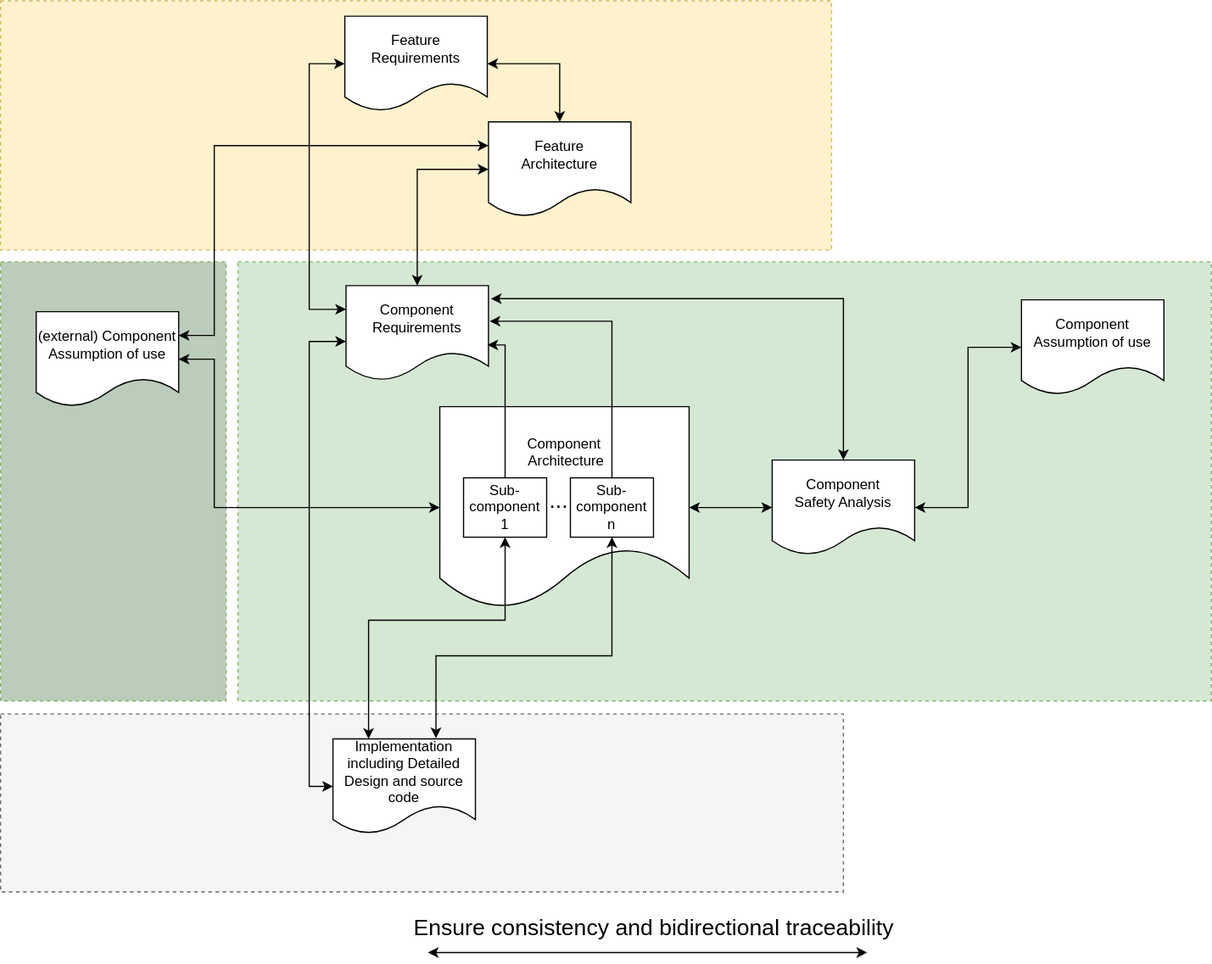
The draw.io diagram masc2023_create_general_concepts/_images/score_traceability_model_cmp_overview_2.svg in umaucher/score, before a commit. Source tidied: cells renumbered, new cells last; positions are measured from the earlier drawing's top-left corner, leaving out a move shared by most shapes. Its diagram source:
```xml
<mxGraphModel>
  <root>
    <mxCell id="0" />
    <mxCell id="1" parent="0" />
    <mxCell id="2" style="rounded=0;whiteSpace=wrap;html=1;dashed=1;fillColor=#fff2cc;strokeColor=#d6b656;" parent="1" vertex="1">
      <mxGeometry width="700" height="210" as="geometry" />
    </mxCell>
    <mxCell id="3" style="rounded=0;whiteSpace=wrap;html=1;dashed=1;fillColor=#d5e8d4;strokeColor=#82b366;" parent="1" vertex="1">
      <mxGeometry x="200" y="220" width="820" height="370" as="geometry" />
    </mxCell>
    <mxCell id="4" value="Component Assumption of use" style="shape=document;whiteSpace=wrap;html=1;boundedLbl=1;" parent="1" vertex="1">
      <mxGeometry x="860" y="252" width="120" height="80" as="geometry" />
    </mxCell>
    <mxCell id="5" value="Feature Requirements" style="shape=document;whiteSpace=wrap;html=1;boundedLbl=1;" parent="1" vertex="1">
      <mxGeometry x="290" y="13" width="120" height="80" as="geometry" />
    </mxCell>
    <mxCell id="6" style="edgeStyle=orthogonalEdgeStyle;rounded=0;jettySize=auto;html=1;entryX=0;entryY=0.5;entryDx=0;entryDy=0;startArrow=classic;startFill=1;exitX=0;exitY=0.25;exitDx=0;exitDy=0;" parent="1" edge="1" source="8" target="5">
      <mxGeometry relative="1" as="geometry">
        <Array as="points">
          <mxPoint x="260" y="260" />
          <mxPoint x="260" y="53" />
        </Array>
      </mxGeometry>
    </mxCell>
    <mxCell id="7" style="edgeStyle=orthogonalEdgeStyle;rounded=0;jettySize=auto;html=1;entryX=0.5;entryY=0;entryDx=0;entryDy=0;exitX=1.017;exitY=0.138;exitDx=0;exitDy=0;startArrow=classic;startFill=1;exitPerimeter=0;" parent="1" edge="1" source="8" target="12">
      <mxGeometry x="0.41" relative="1" as="geometry">
        <Array as="points">
          <mxPoint x="710" y="251" />
        </Array>
      </mxGeometry>
    </mxCell>
    <mxCell id="8" value="Component Requirements" style="shape=document;whiteSpace=wrap;html=1;boundedLbl=1;" parent="1" vertex="1">
      <mxGeometry x="291" y="240" width="120" height="80" as="geometry" />
    </mxCell>
    <mxCell id="9" value="Component&lt;br&gt;&amp;nbsp;Architecture&lt;br&gt;&lt;br&gt;&lt;br&gt;&lt;br&gt;" style="shape=document;whiteSpace=wrap;html=1;boundedLbl=1;" parent="1" vertex="1">
      <mxGeometry x="370" y="342" width="210" height="170" as="geometry" />
    </mxCell>
    <mxCell id="10" style="edgeStyle=orthogonalEdgeStyle;rounded=0;jettySize=auto;html=1;entryX=1;entryY=0.5;entryDx=0;entryDy=0;exitX=0.5;exitY=0;exitDx=0;exitDy=0;startArrow=classic;startFill=1;" parent="1" edge="1" source="15" target="5">
      <mxGeometry relative="1" as="geometry" />
    </mxCell>
    <mxCell id="11" style="edgeStyle=orthogonalEdgeStyle;rounded=0;jettySize=auto;html=1;entryX=1;entryY=0.5;entryDx=0;entryDy=0;exitX=0;exitY=0.5;exitDx=0;exitDy=0;startArrow=classic;startFill=1;" parent="1" edge="1" source="12" target="9">
      <mxGeometry x="0.51" relative="1" as="geometry" />
    </mxCell>
    <mxCell id="12" value="Component&lt;br&gt;Safety Analysis" style="shape=document;whiteSpace=wrap;html=1;boundedLbl=1;" parent="1" vertex="1">
      <mxGeometry x="650" y="387" width="120" height="80" as="geometry" />
    </mxCell>
    <mxCell id="13" style="edgeStyle=orthogonalEdgeStyle;rounded=0;jettySize=auto;html=1;startArrow=classic;startFill=1;entryX=1;entryY=0.5;entryDx=0;entryDy=0;" parent="1" edge="1" target="12">
      <mxGeometry relative="1" as="geometry">
        <mxPoint x="860" y="292" as="sourcePoint" />
      </mxGeometry>
    </mxCell>
    <mxCell id="14" style="edgeStyle=orthogonalEdgeStyle;rounded=0;jettySize=auto;html=1;entryX=0.5;entryY=0;entryDx=0;entryDy=0;startArrow=classic;startFill=1;exitX=0;exitY=0.5;exitDx=0;exitDy=0;" parent="1" edge="1" source="15" target="8">
      <mxGeometry relative="1" as="geometry" />
    </mxCell>
    <mxCell id="15" value="Feature&lt;br&gt;Architecture" style="shape=document;whiteSpace=wrap;html=1;boundedLbl=1;" parent="1" vertex="1">
      <mxGeometry x="411" y="102" width="120" height="80" as="geometry" />
    </mxCell>
    <mxCell id="16" value="&lt;div style=&quot;font-family: Consolas, &amp;quot;Courier New&amp;quot;, monospace; line-height: 19px;&quot;&gt;&lt;br&gt;&lt;/div&gt;" style="text;html=1;align=center;verticalAlign=middle;strokeColor=none;fillColor=none;fontSize=6;fontColor=#000000;" parent="1" vertex="1">
      <mxGeometry x="335" y="48" width="20" height="30" as="geometry" />
    </mxCell>
    <mxCell id="17" style="rounded=0;whiteSpace=wrap;html=1;dashed=1;fillColor=#BBCCBA;strokeColor=#82b366;" parent="1" vertex="1">
      <mxGeometry y="220" width="190" height="370" as="geometry" />
    </mxCell>
    <mxCell id="18" style="edgeStyle=orthogonalEdgeStyle;rounded=0;jettySize=auto;html=1;entryX=0;entryY=0.25;entryDx=0;entryDy=0;fontSize=19;startArrow=classic;startFill=1;" parent="1" edge="1" source="19" target="15">
      <mxGeometry relative="1" as="geometry">
        <Array as="points">
          <mxPoint x="180" y="282" />
          <mxPoint x="180" y="122" />
        </Array>
      </mxGeometry>
    </mxCell>
    <mxCell id="19" value="(external) Component Assumption of use" style="shape=document;whiteSpace=wrap;html=1;boundedLbl=1;" parent="1" vertex="1">
      <mxGeometry x="30" y="262" width="120" height="80" as="geometry" />
    </mxCell>
    <mxCell id="20" style="edgeStyle=orthogonalEdgeStyle;rounded=0;jettySize=auto;html=1;exitX=0;exitY=0.5;exitDx=0;exitDy=0;startArrow=classic;startFill=1;entryX=1;entryY=0.5;entryDx=0;entryDy=0;" parent="1" edge="1" source="9" target="19">
      <mxGeometry relative="1" as="geometry">
        <Array as="points">
          <mxPoint x="180" y="427" />
          <mxPoint x="180" y="302" />
        </Array>
      </mxGeometry>
    </mxCell>
    <mxCell id="21" style="rounded=0;whiteSpace=wrap;html=1;dashed=1;fillColor=#f5f5f5;fontColor=#333333;strokeColor=#666666;" parent="1" vertex="1">
      <mxGeometry y="601" width="710" height="150" as="geometry" />
    </mxCell>
    <mxCell id="22" style="edgeStyle=orthogonalEdgeStyle;rounded=0;jettySize=auto;html=1;startArrow=classic;startFill=1;exitX=0;exitY=0.5;exitDx=0;exitDy=0;entryX=0;entryY=0.588;entryDx=0;entryDy=0;entryPerimeter=0;" parent="1" edge="1" source="24" target="8">
      <mxGeometry relative="1" as="geometry" />
    </mxCell>
    <mxCell id="23" style="edgeStyle=orthogonalEdgeStyle;rounded=0;jettySize=auto;html=1;entryX=0.5;entryY=1;entryDx=0;entryDy=0;exitX=0.25;exitY=0;exitDx=0;exitDy=0;startArrow=classic;startFill=1;" parent="1" edge="1" source="24" target="25">
      <mxGeometry x="0.31" relative="1" as="geometry">
        <Array as="points">
          <mxPoint x="310" y="522" />
          <mxPoint x="425" y="522" />
        </Array>
      </mxGeometry>
    </mxCell>
    <mxCell id="24" value="Implementation&lt;br&gt;including Detailed Design and source code" style="shape=document;whiteSpace=wrap;html=1;boundedLbl=1;" parent="1" vertex="1">
      <mxGeometry x="280" y="622" width="120" height="80" as="geometry" />
    </mxCell>
    <mxCell id="25" value="Sub-component 1" style="rounded=0;whiteSpace=wrap;html=1;" parent="1" vertex="1">
      <mxGeometry x="390" y="402" width="70" height="50" as="geometry" />
    </mxCell>
    <mxCell id="26" value="Sub-component n" style="rounded=0;whiteSpace=wrap;html=1;" parent="1" vertex="1">
      <mxGeometry x="480" y="402" width="70" height="50" as="geometry" />
    </mxCell>
    <mxCell id="27" style="edgeStyle=orthogonalEdgeStyle;rounded=0;jettySize=auto;html=1;entryX=1.008;entryY=0.375;entryDx=0;entryDy=0;exitX=0.5;exitY=0;exitDx=0;exitDy=0;entryPerimeter=0;" parent="1" edge="1" source="26" target="8">
      <mxGeometry relative="1" as="geometry" />
    </mxCell>
    <mxCell id="28" style="edgeStyle=orthogonalEdgeStyle;rounded=0;jettySize=auto;html=1;entryX=0.992;entryY=0.625;entryDx=0;entryDy=0;entryPerimeter=0;exitX=0.5;exitY=0;exitDx=0;exitDy=0;" parent="1" edge="1" source="25" target="8">
      <mxGeometry relative="1" as="geometry">
        <Array as="points">
          <mxPoint x="425" y="290" />
        </Array>
      </mxGeometry>
    </mxCell>
    <mxCell id="29" style="edgeStyle=orthogonalEdgeStyle;rounded=0;jettySize=auto;html=1;entryX=0.5;entryY=1;entryDx=0;entryDy=0;exitX=0.723;exitY=-0.007;exitDx=0;exitDy=0;exitPerimeter=0;startArrow=classic;startFill=1;" parent="1" edge="1" source="24" target="26">
      <mxGeometry x="0.38" y="5" relative="1" as="geometry">
        <Array as="points">
          <mxPoint x="367" y="552" />
          <mxPoint x="515" y="552" />
        </Array>
      </mxGeometry>
    </mxCell>
    <mxCell id="30" value="&lt;font style=&quot;font-size: 19px;&quot;&gt;...&lt;/font&gt;" style="text;html=1;align=center;verticalAlign=middle;strokeColor=none;fillColor=none;" parent="1" vertex="1">
      <mxGeometry x="450" y="402" width="40" height="40" as="geometry" />
    </mxCell>
    <mxCell id="31" style="edgeStyle=orthogonalEdgeStyle;rounded=0;orthogonalLoop=1;jettySize=auto;html=1;startArrow=classic;startFill=1;" parent="1" edge="1">
      <mxGeometry x="0.38" y="5" relative="1" as="geometry">
        <mxPoint x="360" y="802" as="sourcePoint" />
        <mxPoint x="730" y="802" as="targetPoint" />
        <Array as="points">
          <mxPoint x="377" y="802" />
        </Array>
      </mxGeometry>
    </mxCell>
    <mxCell id="32" value="Ensure consistency and bidirectional traceability" style="text;html=1;align=center;verticalAlign=middle;strokeColor=none;fillColor=none;fontSize=19;" parent="1" vertex="1">
      <mxGeometry x="335" y="762" width="430" height="40" as="geometry" />
    </mxCell>
  </root>
</mxGraphModel>
```
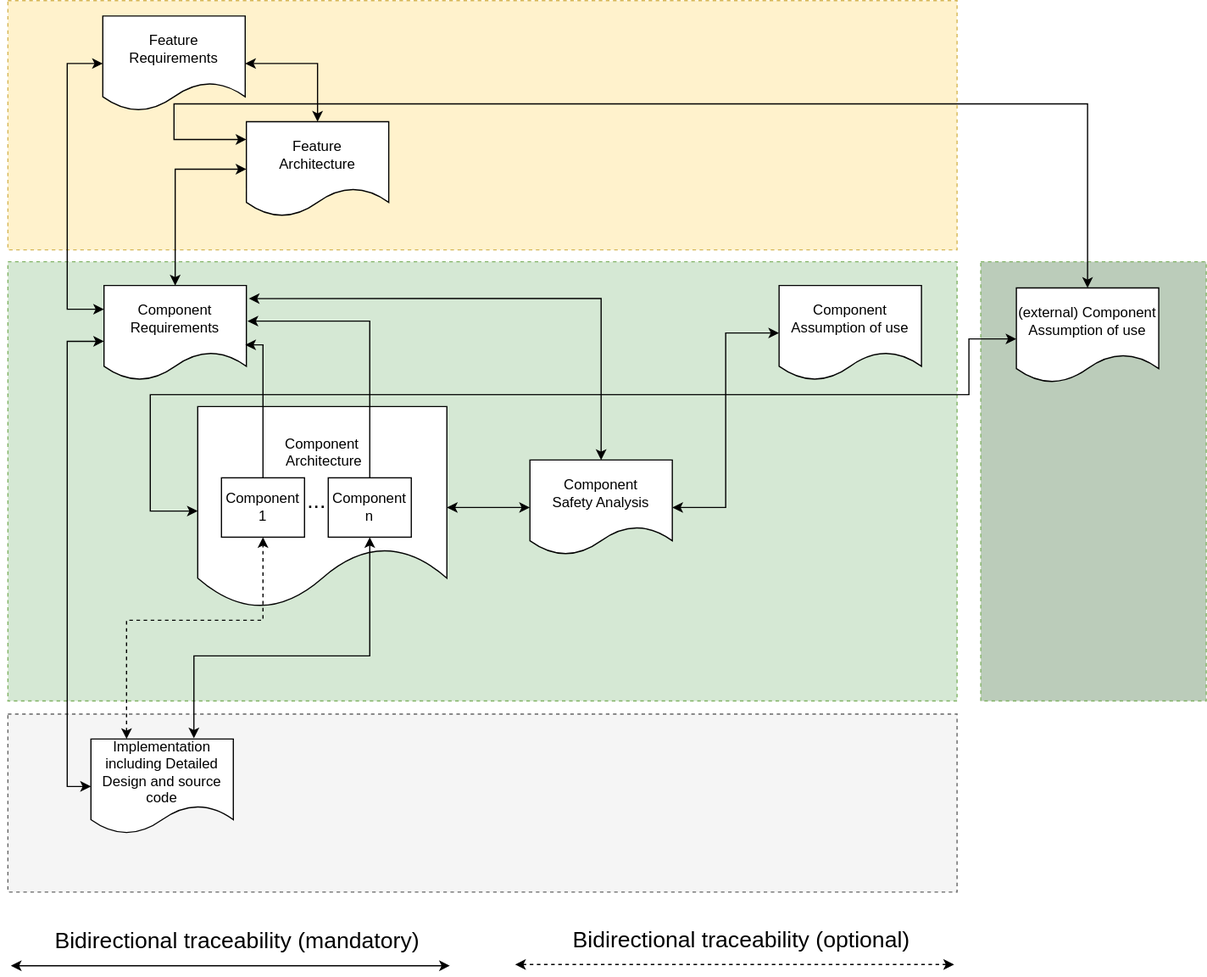
Above is the later version.

Change to the diagram source:
```diff
@@ -3,13 +3,13 @@
     <mxCell id="0" />
     <mxCell id="1" parent="0" />
     <mxCell id="2" style="rounded=0;whiteSpace=wrap;html=1;dashed=1;fillColor=#fff2cc;strokeColor=#d6b656;" parent="1" vertex="1">
-      <mxGeometry width="700" height="210" as="geometry" />
+      <mxGeometry x="210" width="800" height="210" as="geometry" />
     </mxCell>
     <mxCell id="3" style="rounded=0;whiteSpace=wrap;html=1;dashed=1;fillColor=#d5e8d4;strokeColor=#82b366;" parent="1" vertex="1">
-      <mxGeometry x="200" y="220" width="820" height="370" as="geometry" />
+      <mxGeometry x="210" y="220" width="800" height="370" as="geometry" />
     </mxCell>
     <mxCell id="4" value="Component Assumption of use" style="shape=document;whiteSpace=wrap;html=1;boundedLbl=1;" parent="1" vertex="1">
-      <mxGeometry x="860" y="252" width="120" height="80" as="geometry" />
+      <mxGeometry x="860" y="240" width="120" height="80" as="geometry" />
     </mxCell>
     <mxCell id="5" value="Feature Requirements" style="shape=document;whiteSpace=wrap;html=1;boundedLbl=1;" parent="1" vertex="1">
       <mxGeometry x="290" y="13" width="120" height="80" as="geometry" />
@@ -44,10 +44,8 @@
     <mxCell id="12" value="Component&lt;br&gt;Safety Analysis" style="shape=document;whiteSpace=wrap;html=1;boundedLbl=1;" parent="1" vertex="1">
       <mxGeometry x="650" y="387" width="120" height="80" as="geometry" />
     </mxCell>
-    <mxCell id="13" style="edgeStyle=orthogonalEdgeStyle;rounded=0;jettySize=auto;html=1;startArrow=classic;startFill=1;entryX=1;entryY=0.5;entryDx=0;entryDy=0;" parent="1" edge="1" target="12">
-      <mxGeometry relative="1" as="geometry">
-        <mxPoint x="860" y="292" as="sourcePoint" />
-      </mxGeometry>
+    <mxCell id="13" style="edgeStyle=orthogonalEdgeStyle;rounded=0;jettySize=auto;html=1;startArrow=classic;startFill=1;entryX=1;entryY=0.5;entryDx=0;entryDy=0;exitX=0;exitY=0.5;exitDx=0;exitDy=0;" parent="1" edge="1" source="4" target="12">
+      <mxGeometry relative="1" as="geometry" />
     </mxCell>
     <mxCell id="14" style="edgeStyle=orthogonalEdgeStyle;rounded=0;jettySize=auto;html=1;entryX=0.5;entryY=0;entryDx=0;entryDy=0;startArrow=classic;startFill=1;exitX=0;exitY=0.5;exitDx=0;exitDy=0;" parent="1" edge="1" source="15" target="8">
       <mxGeometry relative="1" as="geometry" />
@@ -59,34 +57,40 @@
       <mxGeometry x="335" y="48" width="20" height="30" as="geometry" />
     </mxCell>
     <mxCell id="17" style="rounded=0;whiteSpace=wrap;html=1;dashed=1;fillColor=#BBCCBA;strokeColor=#82b366;" parent="1" vertex="1">
-      <mxGeometry y="220" width="190" height="370" as="geometry" />
+      <mxGeometry x="1030" y="220" width="190" height="370" as="geometry" />
     </mxCell>
-    <mxCell id="18" style="edgeStyle=orthogonalEdgeStyle;rounded=0;jettySize=auto;html=1;entryX=0;entryY=0.25;entryDx=0;entryDy=0;fontSize=19;startArrow=classic;startFill=1;" parent="1" edge="1" source="19" target="15">
+    <mxCell id="18" style="edgeStyle=orthogonalEdgeStyle;rounded=0;jettySize=auto;html=1;entryX=0;entryY=0.25;entryDx=0;entryDy=0;fontSize=19;startArrow=classic;startFill=1;exitX=0.5;exitY=0;exitDx=0;exitDy=0;" parent="1" edge="1" source="19">
       <mxGeometry relative="1" as="geometry">
+        <mxPoint x="411" y="117" as="targetPoint" />
         <Array as="points">
-          <mxPoint x="180" y="282" />
-          <mxPoint x="180" y="122" />
+          <mxPoint x="1120" y="87" />
+          <mxPoint x="350" y="87" />
+          <mxPoint x="350" y="117" />
         </Array>
       </mxGeometry>
     </mxCell>
     <mxCell id="19" value="(external) Component Assumption of use" style="shape=document;whiteSpace=wrap;html=1;boundedLbl=1;" parent="1" vertex="1">
-      <mxGeometry x="30" y="262" width="120" height="80" as="geometry" />
+      <mxGeometry x="1060" y="242" width="120" height="80" as="geometry" />
     </mxCell>
-    <mxCell id="20" style="edgeStyle=orthogonalEdgeStyle;rounded=0;jettySize=auto;html=1;exitX=0;exitY=0.5;exitDx=0;exitDy=0;startArrow=classic;startFill=1;entryX=1;entryY=0.5;entryDx=0;entryDy=0;" parent="1" edge="1" source="9" target="19">
+    <mxCell id="20" style="edgeStyle=orthogonalEdgeStyle;rounded=0;orthogonalLoop=1;jettySize=auto;html=1;exitX=0;exitY=0.5;exitDx=0;exitDy=0;startArrow=classic;startFill=1;entryX=0;entryY=0.5;entryDx=0;entryDy=0;" parent="1" edge="1">
       <mxGeometry relative="1" as="geometry">
+        <mxPoint x="370" y="430" as="sourcePoint" />
+        <mxPoint x="1060" y="285" as="targetPoint" />
         <Array as="points">
-          <mxPoint x="180" y="427" />
-          <mxPoint x="180" y="302" />
+          <mxPoint x="330" y="430" />
+          <mxPoint x="330" y="332" />
+          <mxPoint x="1020" y="332" />
+          <mxPoint x="1020" y="285" />
         </Array>
       </mxGeometry>
     </mxCell>
     <mxCell id="21" style="rounded=0;whiteSpace=wrap;html=1;dashed=1;fillColor=#f5f5f5;fontColor=#333333;strokeColor=#666666;" parent="1" vertex="1">
-      <mxGeometry y="601" width="710" height="150" as="geometry" />
+      <mxGeometry x="210" y="601" width="800" height="150" as="geometry" />
     </mxCell>
     <mxCell id="22" style="edgeStyle=orthogonalEdgeStyle;rounded=0;jettySize=auto;html=1;startArrow=classic;startFill=1;exitX=0;exitY=0.5;exitDx=0;exitDy=0;entryX=0;entryY=0.588;entryDx=0;entryDy=0;entryPerimeter=0;" parent="1" edge="1" source="24" target="8">
       <mxGeometry relative="1" as="geometry" />
     </mxCell>
-    <mxCell id="23" style="edgeStyle=orthogonalEdgeStyle;rounded=0;jettySize=auto;html=1;entryX=0.5;entryY=1;entryDx=0;entryDy=0;exitX=0.25;exitY=0;exitDx=0;exitDy=0;startArrow=classic;startFill=1;" parent="1" edge="1" source="24" target="25">
+    <mxCell id="23" style="edgeStyle=orthogonalEdgeStyle;rounded=0;jettySize=auto;html=1;entryX=0.5;entryY=1;entryDx=0;entryDy=0;exitX=0.25;exitY=0;exitDx=0;exitDy=0;startArrow=classic;startFill=1;dashed=1;" parent="1" edge="1" source="24" target="25">
       <mxGeometry x="0.31" relative="1" as="geometry">
         <Array as="points">
           <mxPoint x="310" y="522" />
@@ -97,10 +101,10 @@
     <mxCell id="24" value="Implementation&lt;br&gt;including Detailed Design and source code" style="shape=document;whiteSpace=wrap;html=1;boundedLbl=1;" parent="1" vertex="1">
       <mxGeometry x="280" y="622" width="120" height="80" as="geometry" />
     </mxCell>
-    <mxCell id="25" value="Sub-component 1" style="rounded=0;whiteSpace=wrap;html=1;" parent="1" vertex="1">
+    <mxCell id="25" value="Component 1" style="rounded=0;whiteSpace=wrap;html=1;" parent="1" vertex="1">
       <mxGeometry x="390" y="402" width="70" height="50" as="geometry" />
     </mxCell>
-    <mxCell id="26" value="Sub-component n" style="rounded=0;whiteSpace=wrap;html=1;" parent="1" vertex="1">
+    <mxCell id="26" value="Component n" style="rounded=0;whiteSpace=wrap;html=1;" parent="1" vertex="1">
       <mxGeometry x="480" y="402" width="70" height="50" as="geometry" />
     </mxCell>
     <mxCell id="27" style="edgeStyle=orthogonalEdgeStyle;rounded=0;jettySize=auto;html=1;entryX=1.008;entryY=0.375;entryDx=0;entryDy=0;exitX=0.5;exitY=0;exitDx=0;exitDy=0;entryPerimeter=0;" parent="1" edge="1" source="26" target="8">
@@ -124,17 +128,29 @@
     <mxCell id="30" value="&lt;font style=&quot;font-size: 19px;&quot;&gt;...&lt;/font&gt;" style="text;html=1;align=center;verticalAlign=middle;strokeColor=none;fillColor=none;" parent="1" vertex="1">
       <mxGeometry x="450" y="402" width="40" height="40" as="geometry" />
     </mxCell>
-    <mxCell id="31" style="edgeStyle=orthogonalEdgeStyle;rounded=0;orthogonalLoop=1;jettySize=auto;html=1;startArrow=classic;startFill=1;" parent="1" edge="1">
-      <mxGeometry x="0.38" y="5" relative="1" as="geometry">
-        <mxPoint x="360" y="802" as="sourcePoint" />
-        <mxPoint x="730" y="802" as="targetPoint" />
-        <Array as="points">
-          <mxPoint x="377" y="802" />
-        </Array>
-      </mxGeometry>
-    </mxCell>
-    <mxCell id="32" value="Ensure consistency and bidirectional traceability" style="text;html=1;align=center;verticalAlign=middle;strokeColor=none;fillColor=none;fontSize=19;" parent="1" vertex="1">
-      <mxGeometry x="335" y="762" width="430" height="40" as="geometry" />
-    </mxCell>
+    <mxCell id="33" style="edgeStyle=orthogonalEdgeStyle;rounded=0;orthogonalLoop=1;jettySize=auto;html=1;startArrow=classic;startFill=1;" parent="1" edge="1">
+      <mxGeometry x="0.38" y="5" relative="1" as="geometry">
+        <mxPoint x="212.5" y="813" as="sourcePoint" />
+        <mxPoint x="582.5" y="813" as="targetPoint" />
+        <Array as="points">
+          <mxPoint x="229.5" y="813" />
+        </Array>
+      </mxGeometry>
+    </mxCell>
+    <mxCell id="34" value="Bidirectional traceability (mandatory)" style="text;html=1;align=center;verticalAlign=middle;strokeColor=none;fillColor=none;fontSize=19;" parent="1" vertex="1">
+      <mxGeometry x="237.5" y="773" width="330" height="40" as="geometry" />
+    </mxCell>
+    <mxCell id="35" style="edgeStyle=orthogonalEdgeStyle;rounded=0;orthogonalLoop=1;jettySize=auto;html=1;startArrow=classic;startFill=1;dashed=1;" parent="1" edge="1">
+      <mxGeometry x="0.38" y="5" relative="1" as="geometry">
+        <mxPoint x="637.5" y="812" as="sourcePoint" />
+        <mxPoint x="1007.5" y="812" as="targetPoint" />
+        <Array as="points">
+          <mxPoint x="654.5" y="812" />
+        </Array>
+      </mxGeometry>
+    </mxCell>
+    <mxCell id="36" value="Bidirectional traceability (optional)" style="text;html=1;align=center;verticalAlign=middle;strokeColor=none;fillColor=none;fontSize=19;" parent="1" vertex="1">
+      <mxGeometry x="672.5" y="772" width="310" height="40" as="geometry" />
+    </mxCell>
   </root>
 </mxGraphModel>
```
